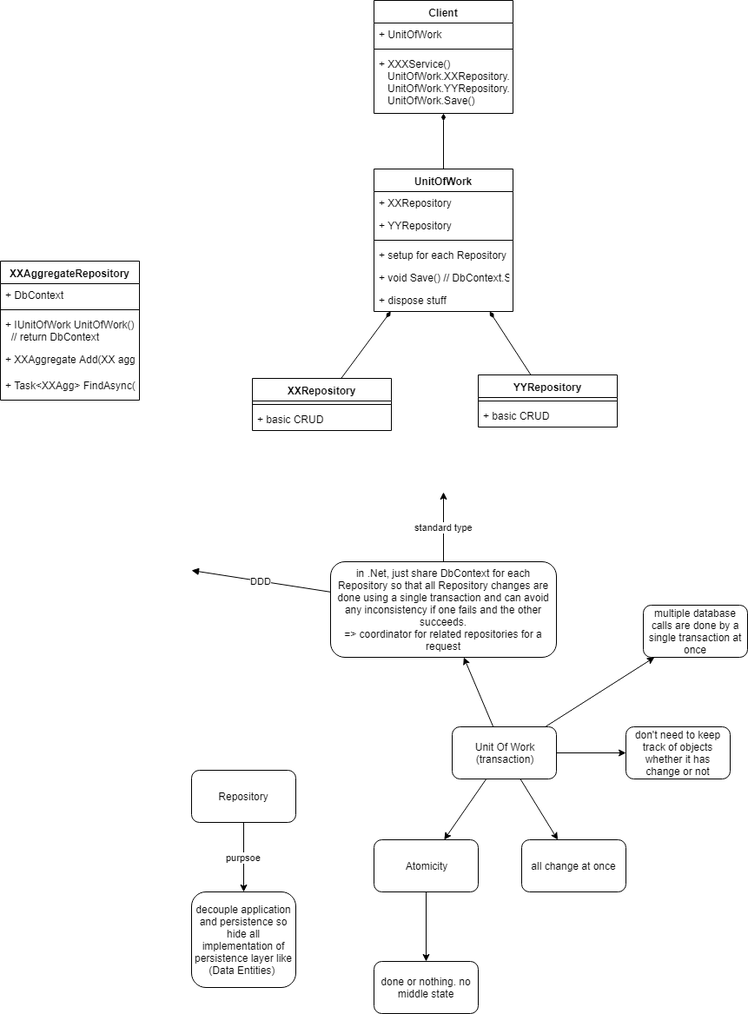
This is DDD_Repository_Overview.PNG from stsiwo/ddd_concept, a draw.io export, as it was before one commit. Source tidied: cells renumbered, new cells last; positions are measured from the earlier drawing's top-left corner, leaving out a move shared by most shapes.
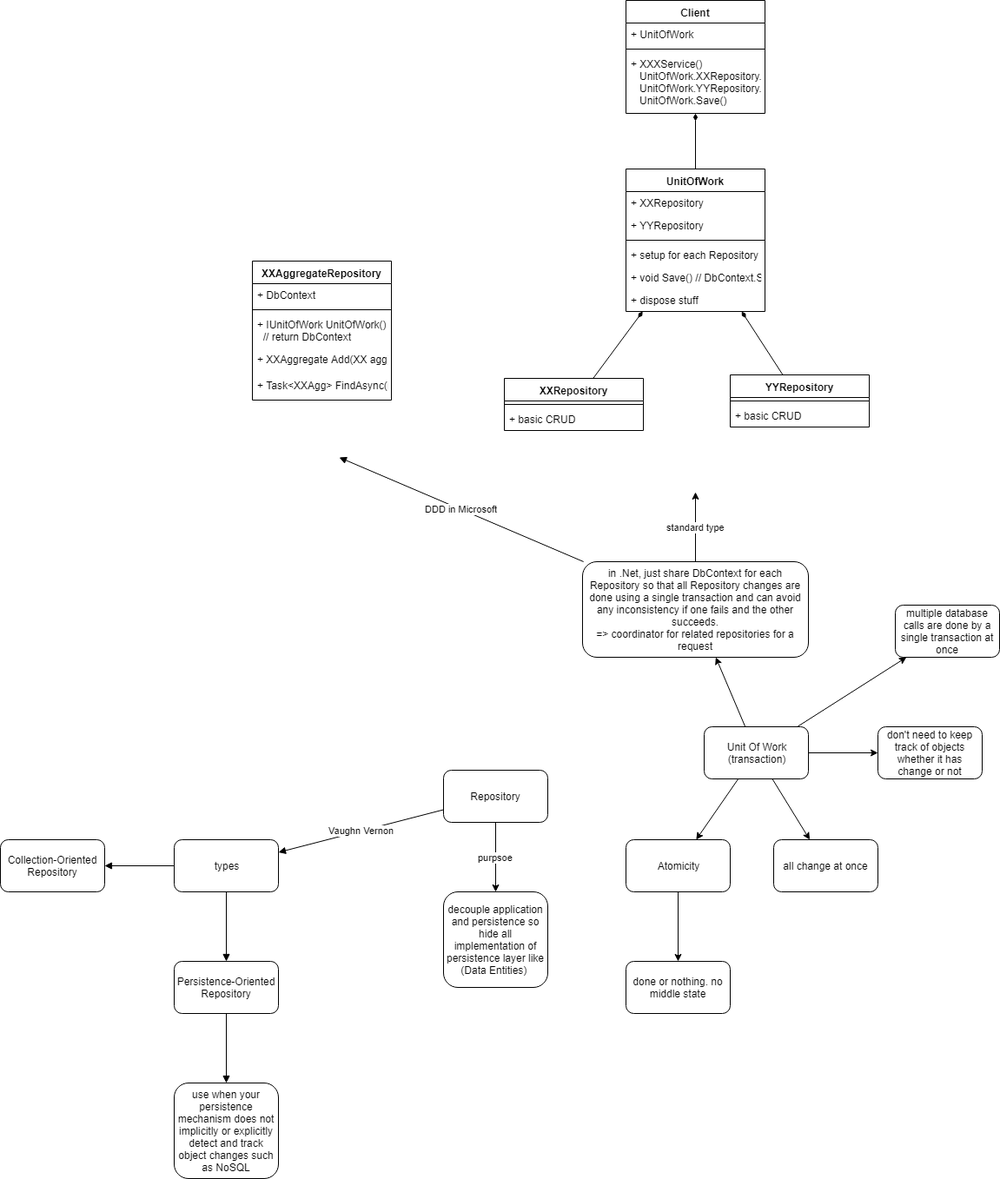
Above is the later version.

The edit, as a diff of the source:
```diff
@@ -5,9 +5,33 @@
     <mxCell id="2" value="purpsoe" style="edgeStyle=orthogonalEdgeStyle;rounded=0;jettySize=auto;html=1;" parent="1" edge="1" source="3" target="4">
       <mxGeometry relative="1" as="geometry" />
     </mxCell>
+    <mxCell id="46" value="Vaughn Vernon" style="edgeStyle=none;rounded=0;jettySize=auto;html=1;startArrow=none;startFill=0;endArrow=block;endFill=1;" parent="1" edge="1" source="3" target="49">
+      <mxGeometry relative="1" as="geometry" />
+    </mxCell>
     <mxCell id="3" value="Repository" style="rounded=1;whiteSpace=wrap;html=1;" parent="1" vertex="1">
       <mxGeometry x="220" y="886" width="120" height="60" as="geometry" />
     </mxCell>
+    <mxCell id="47" style="edgeStyle=none;rounded=0;jettySize=auto;html=1;startArrow=none;startFill=0;endArrow=block;endFill=1;" parent="1" edge="1" source="49" target="53">
+      <mxGeometry relative="1" as="geometry" />
+    </mxCell>
+    <mxCell id="48" style="edgeStyle=none;rounded=0;jettySize=auto;html=1;startArrow=none;startFill=0;endArrow=block;endFill=1;" parent="1" edge="1" source="49" target="51">
+      <mxGeometry relative="1" as="geometry" />
+    </mxCell>
+    <mxCell id="49" value="types" style="rounded=1;whiteSpace=wrap;html=1;" parent="1" vertex="1">
+      <mxGeometry x="-90" y="966" width="120" height="60" as="geometry" />
+    </mxCell>
+    <mxCell id="50" style="edgeStyle=none;rounded=0;jettySize=auto;html=1;startArrow=none;startFill=0;endArrow=block;endFill=1;" parent="1" edge="1" source="51" target="52">
+      <mxGeometry relative="1" as="geometry" />
+    </mxCell>
+    <mxCell id="51" value="Persistence-Oriented Repository" style="rounded=1;whiteSpace=wrap;html=1;" parent="1" vertex="1">
+      <mxGeometry x="-90" y="1106" width="120" height="60" as="geometry" />
+    </mxCell>
+    <mxCell id="52" value="use when your persistence mechanism does not implicitly or explicitly detect and track object changes such as NoSQL" style="rounded=1;whiteSpace=wrap;html=1;" parent="1" vertex="1">
+      <mxGeometry x="-90" y="1246" width="120" height="110" as="geometry" />
+    </mxCell>
+    <mxCell id="53" value="Collection-Oriented Repository" style="rounded=1;whiteSpace=wrap;html=1;" parent="1" vertex="1">
+      <mxGeometry x="-290" y="966" width="120" height="60" as="geometry" />
+    </mxCell>
     <mxCell id="4" value="decouple application and persistence so hide all implementation of persistence layer like (Data Entities)&amp;nbsp;" style="rounded=1;whiteSpace=wrap;html=1;" parent="1" vertex="1">
       <mxGeometry x="220" y="1026" width="120" height="110" as="geometry" />
     </mxCell>
@@ -34,9 +58,9 @@
         <mxPoint x="510" y="566" as="targetPoint" />
       </mxGeometry>
     </mxCell>
-    <mxCell id="12" value="DDD" style="edgeStyle=none;rounded=0;jettySize=auto;html=1;startArrow=none;startFill=0;endArrow=block;endFill=1;" parent="1" edge="1" source="13">
+    <mxCell id="12" value="DDD in Microsoft" style="edgeStyle=none;rounded=0;jettySize=auto;html=1;startArrow=none;startFill=0;endArrow=block;endFill=1;" parent="1" edge="1" source="13">
       <mxGeometry relative="1" as="geometry">
-        <mxPoint x="220" y="656" as="targetPoint" />
+        <mxPoint x="100" y="526" as="targetPoint" />
       </mxGeometry>
     </mxCell>
     <mxCell id="13" value="in .Net, just share DbContext for each Repository so that all Repository changes are done using a single transaction and can avoid any inconsistency if one fails and the other succeeds.&lt;br&gt;=&amp;gt; coordinator for related repositories for a request" style="rounded=1;whiteSpace=wrap;html=1;" parent="1" vertex="1">
```
